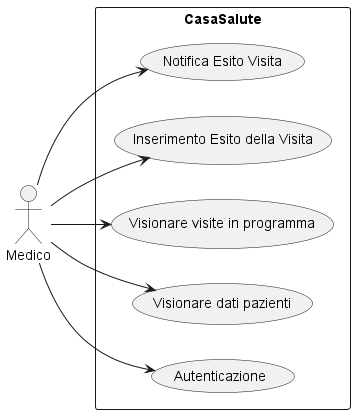
Earlier version of the PlantUML export Latex/diagrammi_uml/use_case_medico.png (Taniyakaur/KMBhealthcenter).
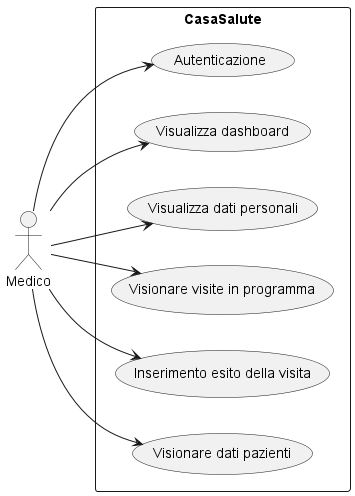
The same diagram one commit later.

Diff of the diagram source:
```diff
@@ -1,16 +1,20 @@
 @startuml
 left to right direction
 actor Medico as Doctor
+
 rectangle CasaSalute {
-    usecase "Notifica Esito Visita" as UC_NotifyVisitResult
-    usecase "Inserimento Esito della Visita" as UC_EnterVisitData
-    usecase "Visionare visite in programma" as UC_ShowVisite
-    usecase "Visionare dati pazienti" as UC_ShowPazienti
-    usecase "Autenticazione" as UC_Authentication
+   usecase "Autenticazione" as UC_Authentication
+   usecase "Visualizza dashboard" as UC_ViewDashboard
+   usecase "Visualizza dati personali" as UC_ViewPersonalData
+   usecase "Visionare visite in programma" as UC_ViewVisite
+   usecase "Inserimento esito della visita" as UC_InsertEsitoVisita
+   usecase "Visionare dati pazienti" as UC_ViewDatiPazienti
 }
+
 Doctor --> UC_Authentication
-Doctor --> UC_EnterVisitData
-Doctor --> UC_NotifyVisitResult
-Doctor --> UC_ShowVisite
-Doctor --> UC_ShowPazienti
+Doctor --> UC_ViewDashboard
+Doctor --> UC_ViewPersonalData
+Doctor --> UC_ViewVisite
+Doctor --> UC_InsertEsitoVisita
+Doctor --> UC_ViewDatiPazienti
 @enduml
```
